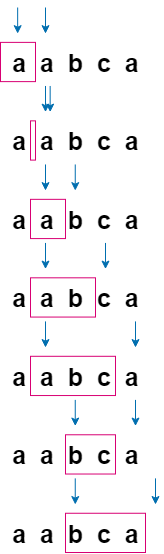
ashiven/leetcode-solutions keeps this draw.io diagram as Neetcode150/img/PermutationInString.png. Above is the earlier version. Source tidied: cells renumbered, new cells last; positions are measured from the earlier drawing's top-left corner, leaving out a move shared by most shapes.
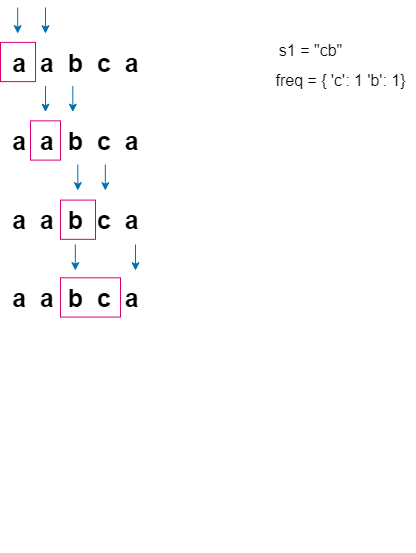
The same diagram one commit later.

The edit, as a diff of the source:
```diff
@@ -27,12 +27,12 @@
       <mxGeometry y="113.4" width="150" height="40" as="geometry" />
     </mxCell>
     <mxCell id="8" style="rounded=0;whiteSpace=wrap;html=1;fillColor=none;strokeColor=#D80073;" parent="2" vertex="1">
-      <mxGeometry x="30" y="113.4" width="5" height="39.2" as="geometry" />
+      <mxGeometry x="30" y="113.4" width="30" height="39.2" as="geometry" />
     </mxCell>
     <mxCell id="9" style="endArrow=classic;html=1;rounded=0;fillColor=#1ba1e2;strokeColor=#006EAF;" parent="2" edge="1">
       <mxGeometry relative="1" as="geometry">
-        <mxPoint x="49.7" y="78.5" as="sourcePoint" />
-        <mxPoint x="49.7" y="104.6" as="targetPoint" />
+        <mxPoint x="72.3" y="78.5" as="sourcePoint" />
+        <mxPoint x="72.3" y="104.6" as="targetPoint" />
       </mxGeometry>
     </mxCell>
     <mxCell id="10" style="endArrow=classic;html=1;rounded=0;fillColor=#1ba1e2;strokeColor=#006EAF;" parent="2" edge="1">
@@ -45,91 +45,43 @@
       <mxGeometry y="191.8" width="150" height="40" as="geometry" />
     </mxCell>
     <mxCell id="12" style="rounded=0;whiteSpace=wrap;html=1;fillColor=none;strokeColor=#D80073;" parent="2" vertex="1">
-      <mxGeometry x="30" y="191.8" width="35" height="39.2" as="geometry" />
+      <mxGeometry x="60" y="192.6" width="35" height="39.2" as="geometry" />
     </mxCell>
     <mxCell id="13" style="endArrow=classic;html=1;rounded=0;fillColor=#1ba1e2;strokeColor=#006EAF;" parent="2" edge="1">
       <mxGeometry relative="1" as="geometry">
-        <mxPoint x="74.8" y="157" as="sourcePoint" />
-        <mxPoint x="74.8" y="183.1" as="targetPoint" />
+        <mxPoint x="104.8" y="157" as="sourcePoint" />
+        <mxPoint x="104.8" y="183.1" as="targetPoint" />
       </mxGeometry>
     </mxCell>
     <mxCell id="14" style="endArrow=classic;html=1;rounded=0;fillColor=#1ba1e2;strokeColor=#006EAF;" parent="2" edge="1">
       <mxGeometry relative="1" as="geometry">
-        <mxPoint x="45" y="157" as="sourcePoint" />
-        <mxPoint x="45" y="183.1" as="targetPoint" />
+        <mxPoint x="77.3" y="157" as="sourcePoint" />
+        <mxPoint x="77.3" y="183.1" as="targetPoint" />
       </mxGeometry>
     </mxCell>
     <mxCell id="15" value="&lt;font style=&quot;font-size: 25px;&quot;&gt;&lt;b style=&quot;font-size: 25px;&quot;&gt;a&amp;nbsp; a&amp;nbsp; b&amp;nbsp; c&amp;nbsp; a&lt;/b&gt;&lt;/font&gt;" style="text;html=1;align=center;verticalAlign=middle;strokeColor=none;fillColor=none;fontColor=#000000;fontSize=25;" parent="2" vertex="1">
       <mxGeometry y="270.3" width="150" height="40" as="geometry" />
     </mxCell>
     <mxCell id="16" style="rounded=0;whiteSpace=wrap;html=1;fillColor=none;strokeColor=#D80073;" parent="2" vertex="1">
-      <mxGeometry x="30" y="270.3" width="65" height="39.2" as="geometry" />
+      <mxGeometry x="60" y="270.3" width="60" height="39.2" as="geometry" />
     </mxCell>
     <mxCell id="17" style="endArrow=classic;html=1;rounded=0;fillColor=#1ba1e2;strokeColor=#006EAF;" parent="2" edge="1">
       <mxGeometry relative="1" as="geometry">
-        <mxPoint x="105" y="235.4" as="sourcePoint" />
-        <mxPoint x="105" y="261.6" as="targetPoint" />
+        <mxPoint x="135" y="237" as="sourcePoint" />
+        <mxPoint x="135" y="263.2" as="targetPoint" />
       </mxGeometry>
     </mxCell>
     <mxCell id="18" style="endArrow=classic;html=1;rounded=0;fillColor=#1ba1e2;strokeColor=#006EAF;" parent="2" edge="1">
       <mxGeometry relative="1" as="geometry">
-        <mxPoint x="45" y="235.4" as="sourcePoint" />
-        <mxPoint x="45" y="261.6" as="targetPoint" />
+        <mxPoint x="74.8" y="236.9" as="sourcePoint" />
+        <mxPoint x="74.8" y="263.1" as="targetPoint" />
       </mxGeometry>
     </mxCell>
-    <mxCell id="19" value="&lt;font style=&quot;font-size: 25px;&quot;&gt;&lt;b style=&quot;font-size: 25px;&quot;&gt;a&amp;nbsp; a&amp;nbsp; b&amp;nbsp; c&amp;nbsp; a&lt;/b&gt;&lt;/font&gt;" style="text;html=1;align=center;verticalAlign=middle;strokeColor=none;fillColor=none;fontColor=#000000;fontSize=25;" parent="2" vertex="1">
-      <mxGeometry y="348.8" width="150" height="40" as="geometry" />
-    </mxCell>
-    <mxCell id="20" style="rounded=0;whiteSpace=wrap;html=1;fillColor=none;strokeColor=#D80073;" parent="2" vertex="1">
-      <mxGeometry x="30" y="348.8" width="85" height="39.2" as="geometry" />
-    </mxCell>
-    <mxCell id="21" style="endArrow=classic;html=1;rounded=0;fillColor=#1ba1e2;strokeColor=#006EAF;" parent="2" edge="1">
-      <mxGeometry relative="1" as="geometry">
-        <mxPoint x="135" y="313.9" as="sourcePoint" />
-        <mxPoint x="135" y="340.1" as="targetPoint" />
-      </mxGeometry>
-    </mxCell>
-    <mxCell id="22" style="endArrow=classic;html=1;rounded=0;fillColor=#1ba1e2;strokeColor=#006EAF;" parent="2" edge="1">
-      <mxGeometry relative="1" as="geometry">
-        <mxPoint x="45" y="313.9" as="sourcePoint" />
-        <mxPoint x="45" y="340.1" as="targetPoint" />
-      </mxGeometry>
-    </mxCell>
-    <mxCell id="23" value="&lt;font style=&quot;font-size: 25px;&quot;&gt;&lt;b style=&quot;font-size: 25px;&quot;&gt;a&amp;nbsp; a&amp;nbsp; b&amp;nbsp; c&amp;nbsp; a&lt;/b&gt;&lt;/font&gt;" style="text;html=1;align=center;verticalAlign=middle;strokeColor=none;fillColor=none;fontColor=#000000;fontSize=25;" parent="2" vertex="1">
-      <mxGeometry y="427.3" width="150" height="40" as="geometry" />
-    </mxCell>
-    <mxCell id="24" style="rounded=0;whiteSpace=wrap;html=1;fillColor=none;strokeColor=#D80073;" parent="2" vertex="1">
-      <mxGeometry x="65" y="427.3" width="50" height="39.2" as="geometry" />
-    </mxCell>
-    <mxCell id="25" style="endArrow=classic;html=1;rounded=0;fillColor=#1ba1e2;strokeColor=#006EAF;" parent="2" edge="1">
-      <mxGeometry relative="1" as="geometry">
-        <mxPoint x="135" y="392.4" as="sourcePoint" />
-        <mxPoint x="135" y="418.6" as="targetPoint" />
-      </mxGeometry>
-    </mxCell>
-    <mxCell id="26" style="endArrow=classic;html=1;rounded=0;fillColor=#1ba1e2;strokeColor=#006EAF;" parent="2" edge="1">
-      <mxGeometry relative="1" as="geometry">
-        <mxPoint x="74.8" y="392.4" as="sourcePoint" />
-        <mxPoint x="74.8" y="418.6" as="targetPoint" />
-      </mxGeometry>
-    </mxCell>
-    <mxCell id="27" value="&lt;font style=&quot;font-size: 25px;&quot;&gt;&lt;b style=&quot;font-size: 25px;&quot;&gt;a&amp;nbsp; a&amp;nbsp; b&amp;nbsp; c&amp;nbsp; a&lt;/b&gt;&lt;/font&gt;" style="text;html=1;align=center;verticalAlign=middle;strokeColor=none;fillColor=none;fontColor=#000000;fontSize=25;" parent="2" vertex="1">
-      <mxGeometry y="505.8" width="150" height="40" as="geometry" />
-    </mxCell>
-    <mxCell id="28" style="rounded=0;whiteSpace=wrap;html=1;fillColor=none;strokeColor=#D80073;" parent="2" vertex="1">
-      <mxGeometry x="65" y="505.8" width="80" height="39.2" as="geometry" />
-    </mxCell>
-    <mxCell id="29" style="endArrow=classic;html=1;rounded=0;fillColor=#1ba1e2;strokeColor=#006EAF;" parent="2" edge="1">
-      <mxGeometry relative="1" as="geometry">
-        <mxPoint x="155" y="470.9" as="sourcePoint" />
-        <mxPoint x="155" y="497" as="targetPoint" />
-      </mxGeometry>
-    </mxCell>
-    <mxCell id="30" style="endArrow=classic;html=1;rounded=0;fillColor=#1ba1e2;strokeColor=#006EAF;" parent="2" edge="1">
-      <mxGeometry relative="1" as="geometry">
-        <mxPoint x="74.8" y="470.9" as="sourcePoint" />
-        <mxPoint x="74.8" y="497" as="targetPoint" />
-      </mxGeometry>
-    </mxCell>
+    <mxCell id="31" value="&lt;font style=&quot;font-size: 16px;&quot;&gt;s1 = &quot;cb&quot;&lt;/font&gt;" style="text;html=1;align=center;verticalAlign=middle;strokeColor=none;fillColor=none;" parent="1" vertex="1">
+      <mxGeometry x="265" y="28" width="90" height="30" as="geometry" />
+    </mxCell>
+    <mxCell id="32" value="&lt;font style=&quot;font-size: 16px;&quot;&gt;freq = { 'c': 1 'b': 1}&lt;/font&gt;" style="text;html=1;align=center;verticalAlign=middle;strokeColor=none;fillColor=none;" parent="1" vertex="1">
+      <mxGeometry x="265" y="58" width="150" height="30" as="geometry" />
+    </mxCell>
   </root>
 </mxGraphModel>
```
